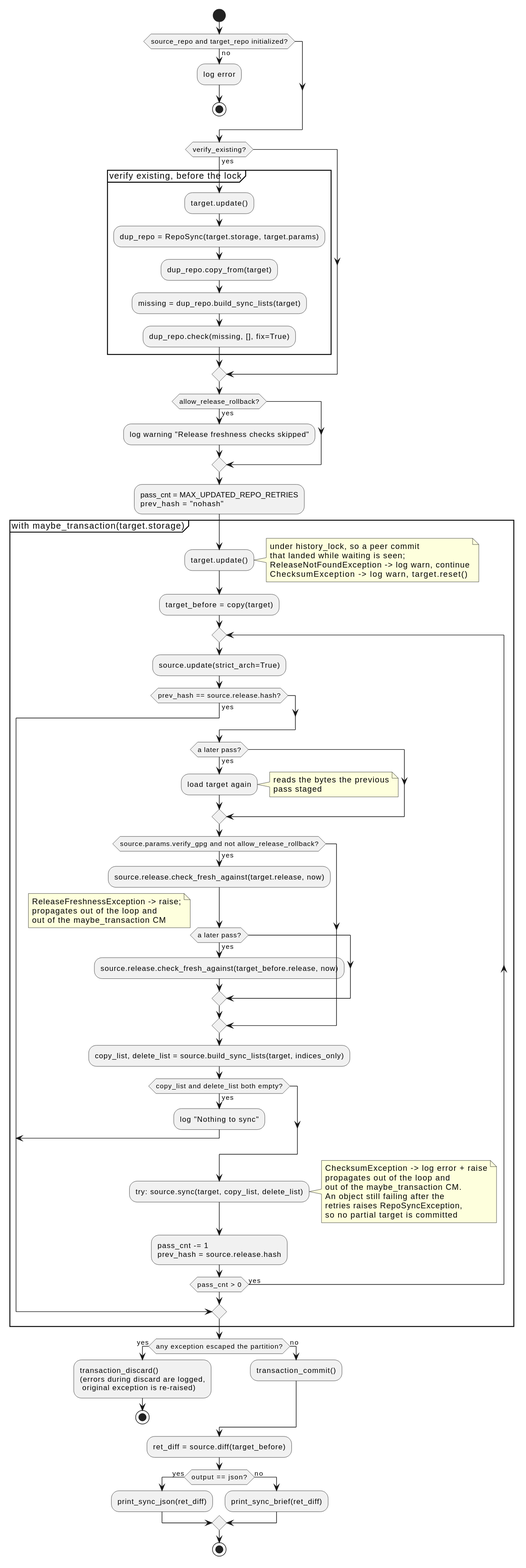
vinklat/debkit keeps this PlantUML diagram as docs/development/diagrams/action-sync-activity.svg. Above is the earlier version. Its source is kept beside it as docs/development/diagrams/action-sync-activity.puml.
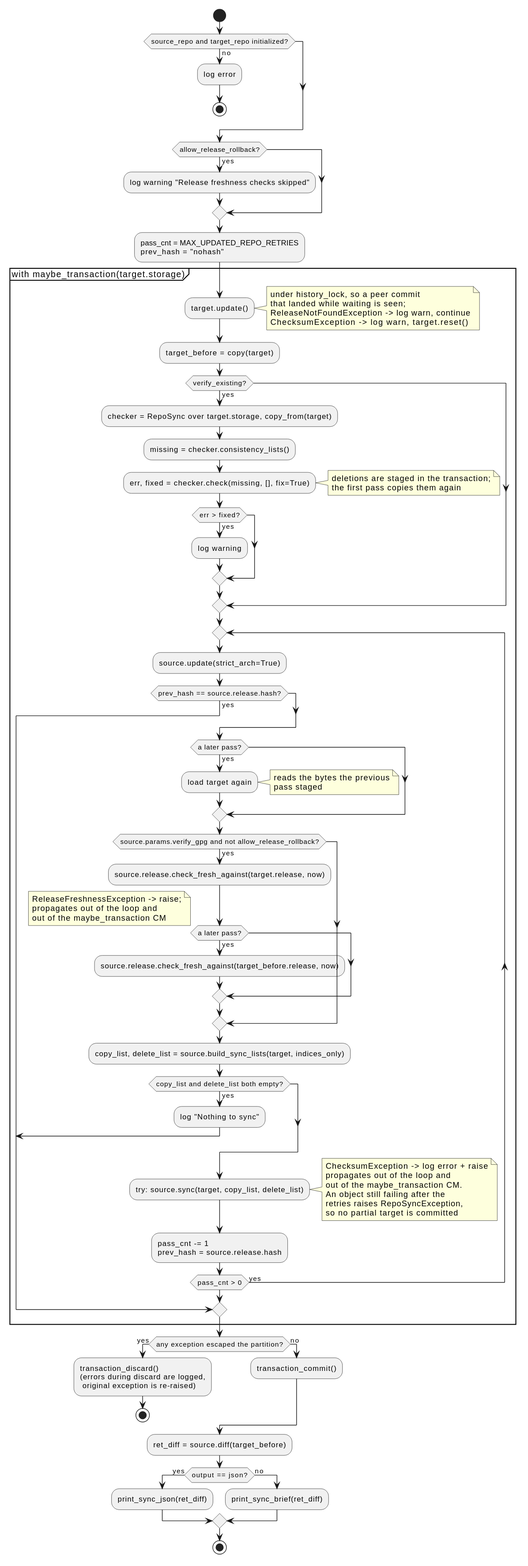
Above is the later version.

Commit message:
Check targets against their own indices inside a transaction

Diff of the diagram source:
```diff
@@ -3,16 +3,6 @@
 if (source_repo and target_repo initialized?) then (no)
   :log error;
   stop
-endif
-
-if (verify_existing?) then (yes)
-  partition "verify existing, before the lock" {
-    :target.update();
-    :dup_repo = RepoSync(target.storage, target.params);
-    :dup_repo.copy_from(target);
-    :missing = dup_repo.build_sync_lists(target);
-    :dup_repo.check(missing, [], fix=True);
-  }
 endif
 
 if (allow_release_rollback?) then (yes)
@@ -30,6 +20,18 @@
     ChecksumException    -> log warn, target.reset()
   end note
   :target_before = copy(target);
+  if (verify_existing?) then (yes)
+    :checker = RepoSync over target.storage, copy_from(target);
+    :missing = checker.consistency_lists();
+    :err, fixed = checker.check(missing, [], fix=True);
+    note right
+      deletions are staged in the transaction;
+      the first pass copies them again
+    end note
+    if (err > fixed?) then (yes)
+      :log warning;
+    endif
+  endif
   repeat
     :source.update(strict_arch=True);
     if (prev_hash == source.release.hash?) then (yes)
```
